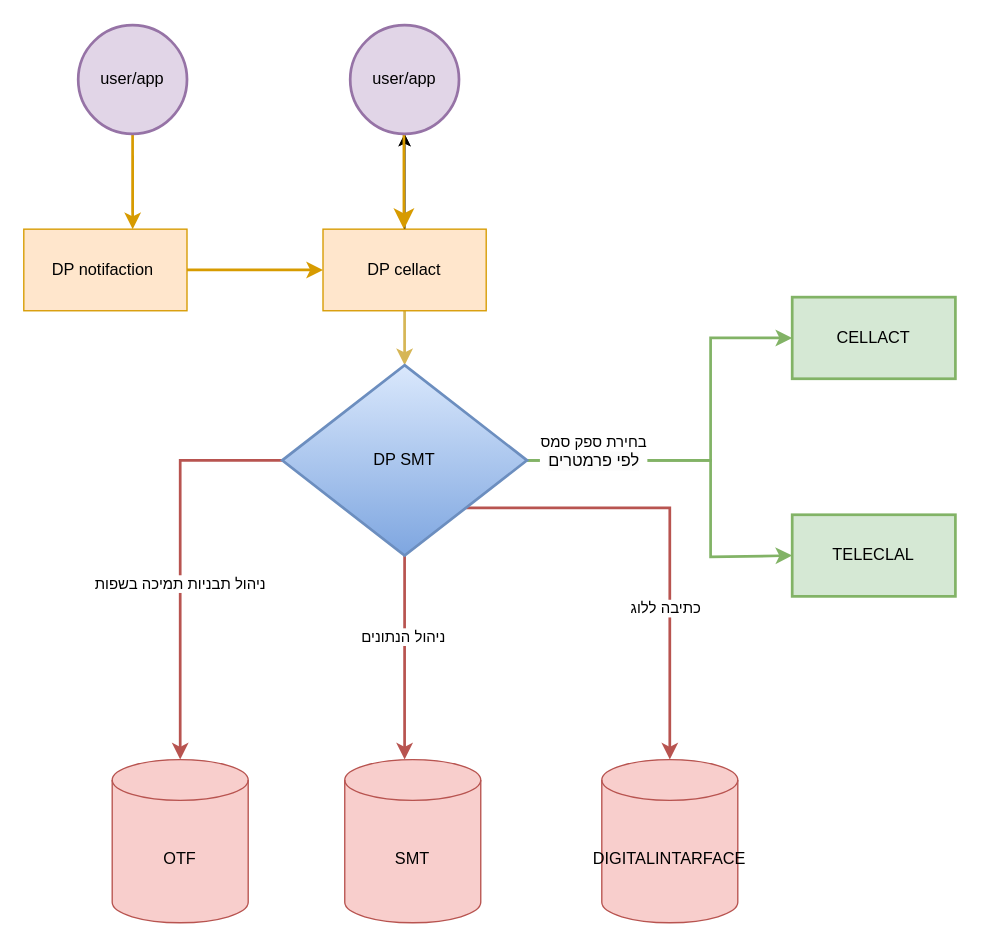
Before: Untitled Diagram.drawio in racheliWeiss/draw.io, a draw.io diagram. Source tidied: cells renumbered, new cells numbered last; positions are measured from the earlier drawing's top-left corner, leaving out a move shared by most shapes. Both pictures are drawn from the tidied source at 136%, with x=0, y=0 at pixel (23, 24).
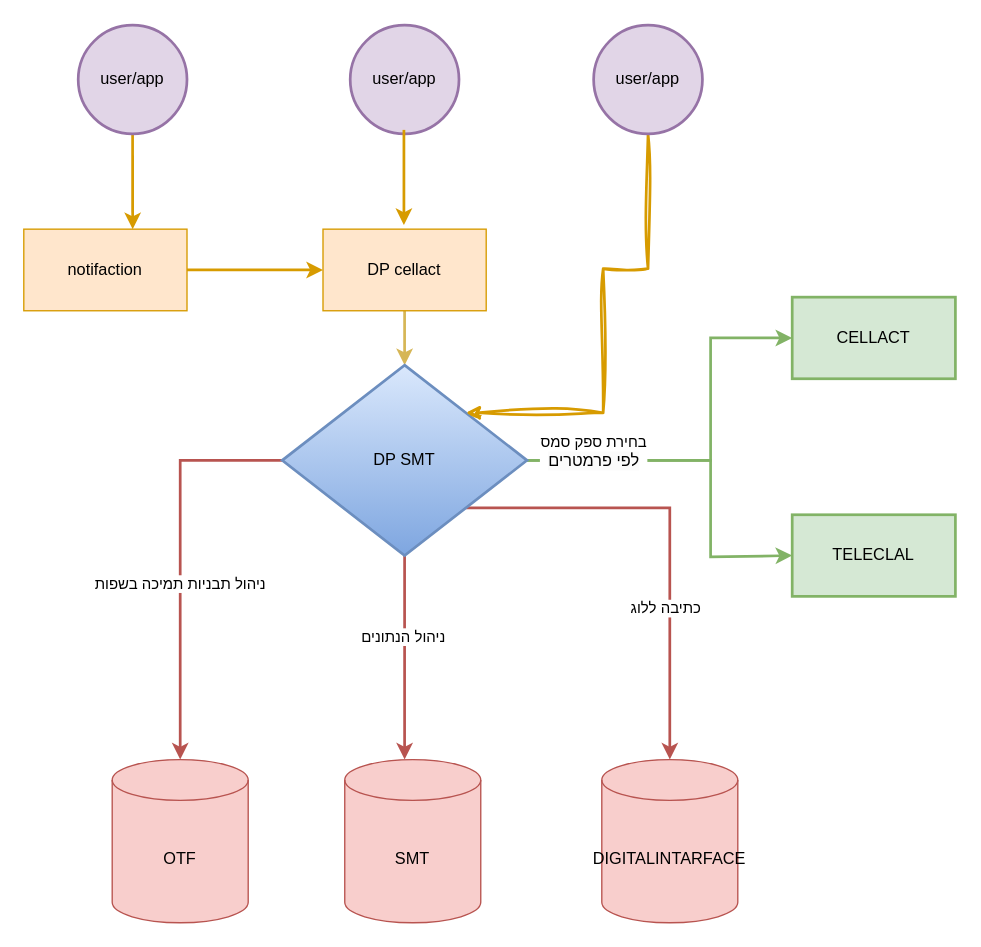
Above is the later version.

The change refers to these unchanged cells:
```xml
<mxCell id="10" value="DP cellact" style="rounded=0;whiteSpace=wrap;html=1;fillColor=#ffe6cc;strokeColor=#d79b00;" parent="1" vertex="1">
  <mxGeometry x="220" y="150" width="120" height="60" as="geometry" />
</mxCell>
<mxCell id="16" value="user/app" style="ellipse;whiteSpace=wrap;html=1;fillColor=#e1d5e7;strokeColor=#9673a6;strokeWidth=2;" parent="1" vertex="1">
  <mxGeometry x="240" width="80" height="80" as="geometry" />
</mxCell>
<mxCell id="24" value="DP SMT" style="rhombus;whiteSpace=wrap;html=1;fillColor=#dae8fc;gradientColor=#7ea6e0;strokeColor=#6c8ebf;strokeWidth=2;" parent="1" vertex="1">
  <mxGeometry x="190" y="250" width="180" height="140" as="geometry" />
</mxCell>
```

What changed in the source:
```diff
@@
-    <mxCell id="6" value="DP notifaction&amp;nbsp;" style="rounded=0;whiteSpace=wrap;html=1;fillColor=#ffe6cc;strokeColor=#d79b00;" parent="1" vertex="1">
+    <mxCell id="6" value="&amp;nbsp;notifaction&amp;nbsp;" style="rounded=0;whiteSpace=wrap;html=1;fillColor=#ffe6cc;strokeColor=#d79b00;" parent="1" vertex="1">
       <mxGeometry y="150" width="120" height="60" as="geometry" />
     </mxCell>
@@
-    <mxCell id="8" style="edgeStyle=orthogonalEdgeStyle;rounded=0;jettySize=auto;html=1;" parent="1" edge="1" source="10" target="16">
-      <mxGeometry relative="1" as="geometry" />
-    </mxCell>
-    <mxCell id="9" style="edgeStyle=orthogonalEdgeStyle;rounded=0;jettySize=auto;html=1;" parent="1" edge="1" source="10" target="16">
-      <mxGeometry relative="1" as="geometry" />
-    </mxCell>
@@
-    <mxCell id="11" style="endArrow=classic;html=1;rounded=0;strokeColor=#d79b00;endSize=9;verticalAlign=bottom;strokeWidth=2;fillColor=#ffcd28;gradientColor=#ffa500;" parent="1" edge="1">
-      <mxGeometry relative="1" as="geometry">
-        <mxPoint x="279.5" y="80" as="sourcePoint" />
-        <mxPoint x="279.5" y="150" as="targetPoint" />
-        <Array as="points">
-          <mxPoint x="279.5" y="130" />
-        </Array>
-      </mxGeometry>
-    </mxCell>
@@
+    <mxCell id="27" style="edgeStyle=orthogonalEdgeStyle;rounded=0;sketch=1;hachureGap=4;jiggle=2;curveFitting=1;jettySize=auto;html=1;fontFamily=Architects Daughter;fontSize=16;entryX=1;entryY=0;entryDx=0;entryDy=0;strokeWidth=2;fillColor=#fff2cc;strokeColor=#D79B00;" parent="1" edge="1" source="28" target="24">
+      <mxGeometry relative="1" as="geometry">
+        <Array as="points">
+          <mxPoint x="459" y="179" />
+          <mxPoint x="426" y="179" />
+          <mxPoint x="426" y="285" />
+        </Array>
+      </mxGeometry>
+    </mxCell>
+    <mxCell id="28" value="user/app" style="ellipse;whiteSpace=wrap;html=1;fillColor=#e1d5e7;strokeColor=#9673a6;strokeWidth=2;" parent="1" vertex="1">
+      <mxGeometry x="419" width="80" height="80" as="geometry" />
+    </mxCell>
+    <mxCell id="29" style="edgeStyle=orthogonalEdgeStyle;rounded=0;orthogonalLoop=1;jettySize=auto;html=1;entryX=0.667;entryY=0;entryDx=0;entryDy=0;entryPerimeter=0;strokeWidth=2;fillColor=#ffcd28;gradientColor=#ffa500;strokeColor=#d79b00;" parent="1" edge="1">
+      <mxGeometry relative="1" as="geometry">
+        <mxPoint x="279.5" y="77" as="sourcePoint" />
+        <mxPoint x="279.5" y="147" as="targetPoint" />
+      </mxGeometry>
+    </mxCell>
```
